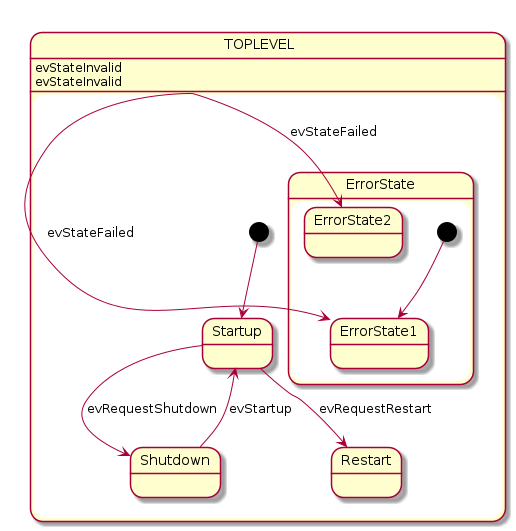
This is fsm/example.png from Rosi2143/fsm_parser, a PlantUML export, as it was before one commit.
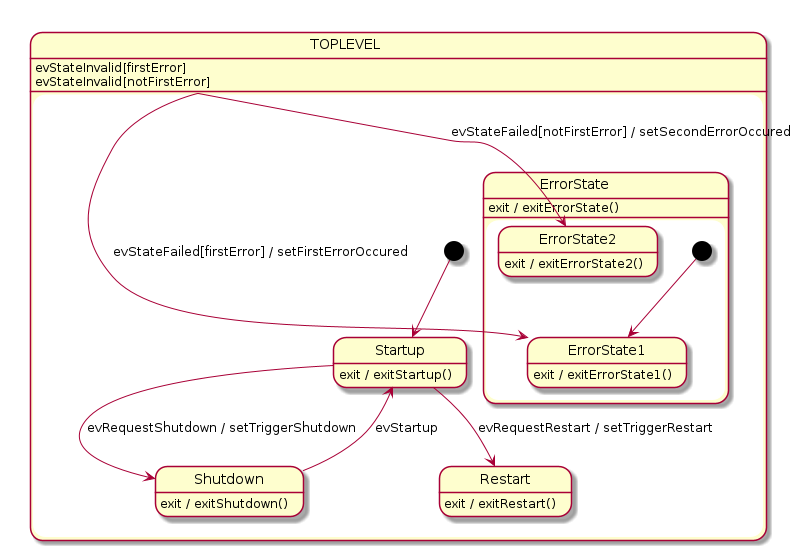
Later version of the same file.

What changed in the source:
```diff
@@ -1,32 +1,38 @@
 @startuml
 state TOPLEVEL {
    state Startup {
-      Startup --> Shutdown : evRequestShutdown
-      Startup --> Restart : evRequestRestart
+      Startup : exit / exitStartup()
+      Startup --> Shutdown : evRequestShutdown / setTriggerShutdown
+      Startup --> Restart : evRequestRestart / setTriggerRestart
    }
 
    state Shutdown {
+      Shutdown : exit / exitShutdown()
       Shutdown --> Startup : evStartup
    }
 
    state Restart {
+      Restart : exit / exitRestart()
    }
 
    state ErrorState {
       state ErrorState1 {
+         ErrorState1 : exit / exitErrorState1()
       }
 
       state ErrorState2 {
+         ErrorState2 : exit / exitErrorState2()
       }
 
       [*] --> ErrorState1
+      ErrorState : exit / exitErrorState()
    }
 
    [*] --> Startup
-   TOPLEVEL --> ErrorState1 : evStateFailed
-   TOPLEVEL : evStateInvalid
-   TOPLEVEL --> ErrorState2 : evStateFailed
-   TOPLEVEL : evStateInvalid
+   TOPLEVEL --> ErrorState1 : evStateFailed[firstError] / setFirstErrorOccured
+   TOPLEVEL : evStateInvalid[firstError]
+   TOPLEVEL --> ErrorState2 : evStateFailed[notFirstError] / setSecondErrorOccured
+   TOPLEVEL : evStateInvalid[notFirstError]
 }
 
 @enduml
```
